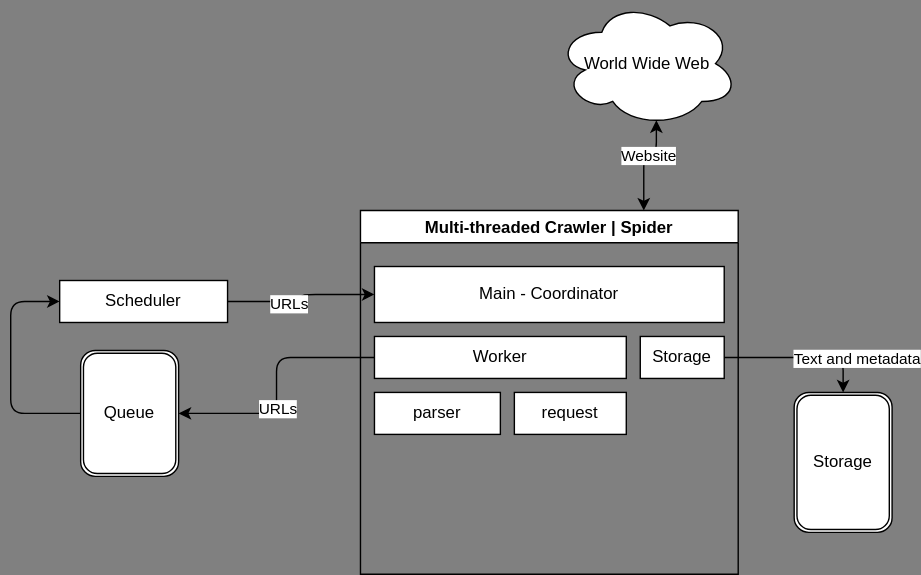
Above: doc/webcrawler.svg in wenzfe/python-hacking (draw.io), before the change. Source tidied: cells renumbered, new cells last; positions are measured from the earlier drawing's top-left corner, leaving out a move shared by most shapes.
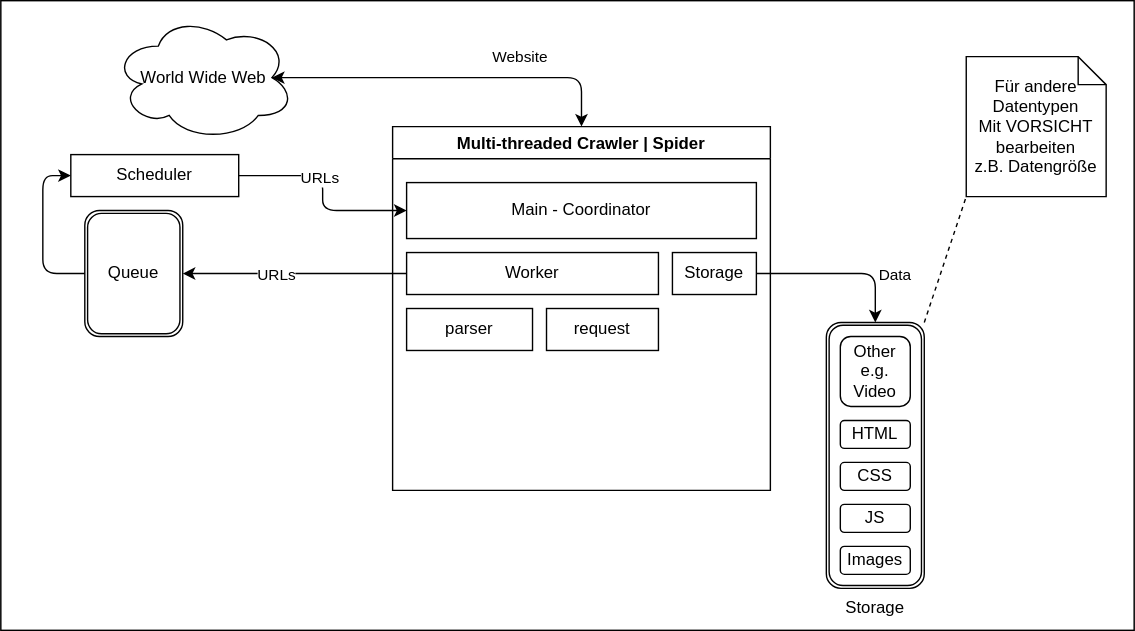
Above is the later version.

Change to the diagram source:
```diff
@@ -2,17 +2,23 @@
   <root>
     <mxCell id="0" />
     <mxCell id="1" parent="0" />
+    <mxCell id="21" style="rounded=0;whiteSpace=wrap;html=1;" parent="1" vertex="1">
+      <mxGeometry x="-30" y="-10" width="810" height="450" as="geometry" />
+    </mxCell>
     <mxCell id="2" value="World Wide Web" style="ellipse;shape=cloud;whiteSpace=wrap;html=1;" parent="1" vertex="1">
-      <mxGeometry x="390" width="130" height="90" as="geometry" />
+      <mxGeometry x="50" width="130" height="90" as="geometry" />
     </mxCell>
     <mxCell id="3" value="Scheduler" style="rounded=0;whiteSpace=wrap;html=1;" parent="1" vertex="1">
-      <mxGeometry x="35" y="200" width="120" height="30" as="geometry" />
+      <mxGeometry x="20" y="100" width="120" height="30" as="geometry" />
     </mxCell>
     <mxCell id="4" value="Queue" style="shape=ext;double=1;rounded=1;whiteSpace=wrap;html=1;" parent="1" vertex="1">
-      <mxGeometry x="50" y="250" width="70" height="90" as="geometry" />
+      <mxGeometry x="30" y="140" width="70" height="90" as="geometry" />
     </mxCell>
+    <mxCell id="22" style="edgeStyle=none;html=1;exitX=1;exitY=0;exitDx=0;exitDy=0;entryX=0;entryY=1;entryDx=0;entryDy=0;entryPerimeter=0;dashed=1;endArrow=none;endFill=0;" parent="1" edge="1" source="5" target="28">
+      <mxGeometry relative="1" as="geometry" />
+    </mxCell>
-    <mxCell id="5" value="Storage" style="shape=ext;double=1;rounded=1;whiteSpace=wrap;html=1;" parent="1" vertex="1">
-      <mxGeometry x="560" y="280" width="70" height="100" as="geometry" />
+    <mxCell id="5" value="Storage" style="shape=ext;double=1;rounded=1;whiteSpace=wrap;html=1;labelPosition=center;verticalLabelPosition=bottom;align=center;verticalAlign=top;" parent="1" vertex="1">
+      <mxGeometry x="560" y="220" width="70" height="190" as="geometry" />
     </mxCell>
     <mxCell id="6" style="edgeStyle=elbowEdgeStyle;elbow=vertical;endArrow=classic;html=1;exitX=0;exitY=0.5;exitDx=0;exitDy=0;entryX=0;entryY=0.5;entryDx=0;entryDy=0;" parent="1" edge="1" source="4" target="3">
       <mxGeometry relative="1" as="geometry">
@@ -22,7 +28,7 @@
       </mxGeometry>
     </mxCell>
     <mxCell id="7" value="Multi-threaded Crawler | Spider" style="swimlane;" parent="1" vertex="1">
-      <mxGeometry x="250" y="150" width="270" height="260" as="geometry" />
+      <mxGeometry x="250" y="80" width="270" height="260" as="geometry" />
     </mxCell>
     <mxCell id="8" value="Main - Coordinator" style="rounded=0;whiteSpace=wrap;html=1;" parent="7" vertex="1">
       <mxGeometry x="10" y="40" width="250" height="40" as="geometry" />
@@ -39,10 +45,10 @@
     <mxCell id="12" value="request" style="rounded=0;whiteSpace=wrap;html=1;" parent="7" vertex="1">
       <mxGeometry x="110" y="130" width="80" height="30" as="geometry" />
     </mxCell>
-    <mxCell id="13" style="edgeStyle=elbowEdgeStyle;elbow=vertical;endArrow=classic;html=1;entryX=0.75;entryY=0;entryDx=0;entryDy=0;exitX=0.55;exitY=0.95;exitDx=0;exitDy=0;exitPerimeter=0;startArrow=classic;startFill=1;" parent="1" edge="1" source="2" target="7">
+    <mxCell id="13" style="edgeStyle=elbowEdgeStyle;elbow=vertical;endArrow=classic;html=1;entryX=0.5;entryY=0;entryDx=0;entryDy=0;exitX=0.875;exitY=0.5;exitDx=0;exitDy=0;exitPerimeter=0;startArrow=classic;startFill=1;" parent="1" edge="1" source="2" target="7">
       <mxGeometry relative="1" as="geometry">
         <Array as="points">
-          <mxPoint x="453" y="110" />
+          <mxPoint x="280" y="45" />
         </Array>
       </mxGeometry>
     </mxCell>
@@ -54,11 +60,11 @@
     <mxCell id="15" style="edgeStyle=elbowEdgeStyle;elbow=vertical;endArrow=classic;html=1;entryX=0.5;entryY=0;entryDx=0;entryDy=0;exitX=1;exitY=0.5;exitDx=0;exitDy=0;" parent="1" edge="1" source="10" target="5">
       <mxGeometry relative="1" as="geometry">
         <Array as="points">
-          <mxPoint x="570" y="255" />
+          <mxPoint x="560" y="185" />
         </Array>
       </mxGeometry>
     </mxCell>
-    <mxCell id="16" value="Text and metadata" style="edgeLabel;html=1;align=center;verticalAlign=middle;" parent="15" vertex="1">
+    <mxCell id="16" value="Data" style="edgeLabel;html=1;align=center;verticalAlign=middle;" parent="15" vertex="1">
       <mxGeometry x="-0.22" y="1" relative="1" as="geometry">
         <mxPoint x="51" y="1" as="offset" />
       </mxGeometry>
@@ -75,5 +81,23 @@
     <mxCell id="20" value="URLs" style="edgeLabel;html=1;align=center;verticalAlign=middle;" parent="19" vertex="1">
       <mxGeometry x="-0.21" y="-1" relative="1" as="geometry" />
     </mxCell>
+    <mxCell id="23" value="HTML" style="rounded=1;whiteSpace=wrap;html=1;" parent="1" vertex="1">
+      <mxGeometry x="570" y="290" width="50" height="20" as="geometry" />
+    </mxCell>
+    <mxCell id="24" value="CSS" style="rounded=1;whiteSpace=wrap;html=1;" parent="1" vertex="1">
+      <mxGeometry x="570" y="320" width="50" height="20" as="geometry" />
+    </mxCell>
+    <mxCell id="25" value="JS" style="rounded=1;whiteSpace=wrap;html=1;" parent="1" vertex="1">
+      <mxGeometry x="570" y="350" width="50" height="20" as="geometry" />
+    </mxCell>
+    <mxCell id="26" value="Images" style="rounded=1;whiteSpace=wrap;html=1;" parent="1" vertex="1">
+      <mxGeometry x="570" y="380" width="50" height="20" as="geometry" />
+    </mxCell>
+    <mxCell id="27" value="Other&lt;br&gt;e.g. Video" style="rounded=1;whiteSpace=wrap;html=1;" parent="1" vertex="1">
+      <mxGeometry x="570" y="230" width="50" height="50" as="geometry" />
+    </mxCell>
+    <mxCell id="28" value="Für andere Datentypen&lt;br&gt;Mit VORSICHT bearbeiten&lt;br&gt;z.B. Datengröße" style="shape=note;size=20;whiteSpace=wrap;html=1;" parent="1" vertex="1">
+      <mxGeometry x="660" y="30" width="100" height="100" as="geometry" />
+    </mxCell>
   </root>
 </mxGraphModel>
```
